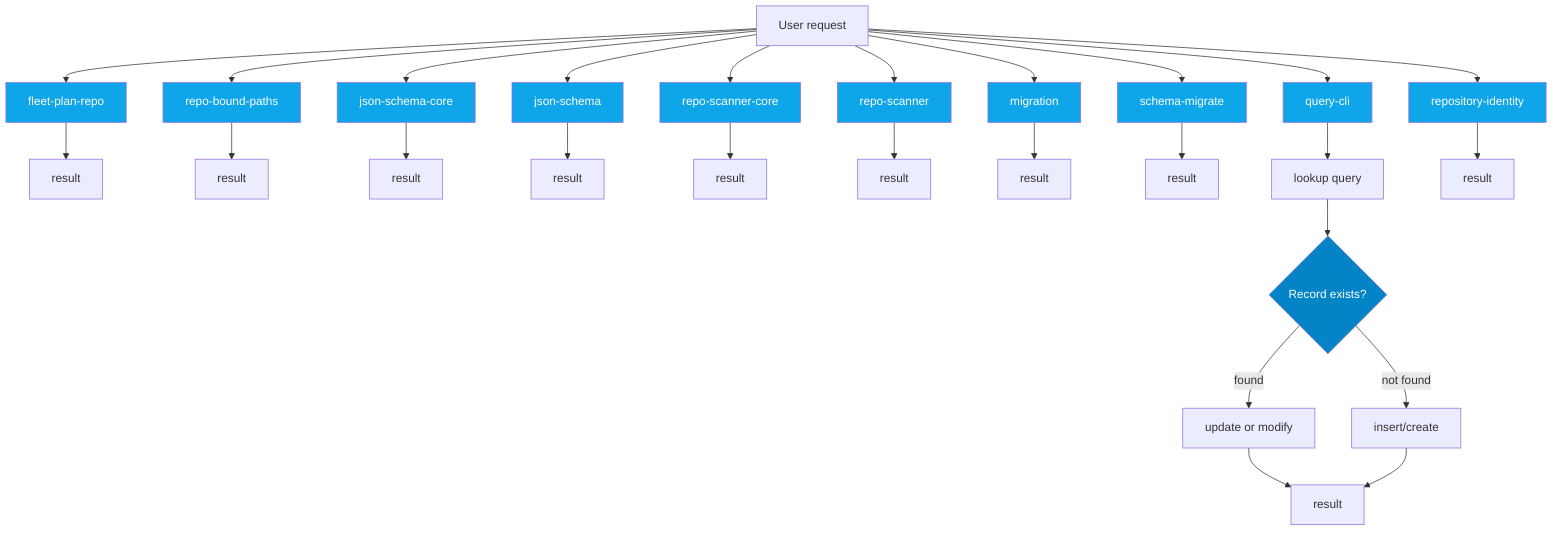
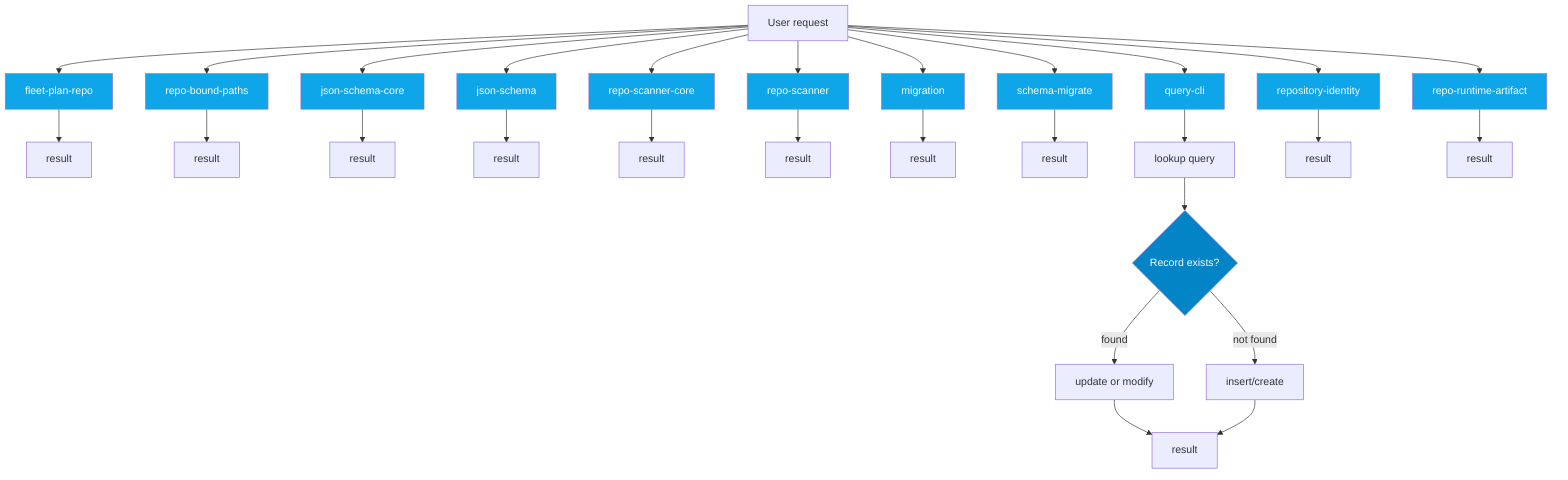
flowchart TD
  UserRequest["User request"]
  Decision{Record exists?}
  fleet_plan_repo_ecdc6499["fleet-plan-repo"]
  UserRequest --> fleet_plan_repo_ecdc6499
  fleet_plan_repo_ecdc6499 --> fleet_plan_repo_ecdc6499_result["result"]
  repo_bound_paths_e218b5b3["repo-bound-paths"]
  UserRequest --> repo_bound_paths_e218b5b3
  repo_bound_paths_e218b5b3 --> repo_bound_paths_e218b5b3_result["result"]
  json_schema_core_96d7e328["json-schema-core"]
  UserRequest --> json_schema_core_96d7e328
  json_schema_core_96d7e328 --> json_schema_core_96d7e328_result["result"]
  json_schema_74a768d7["json-schema"]
  UserRequest --> json_schema_74a768d7
  json_schema_74a768d7 --> json_schema_74a768d7_result["result"]
  repo_scanner_core_8e9f7646["repo-scanner-core"]
  UserRequest --> repo_scanner_core_8e9f7646
  repo_scanner_core_8e9f7646 --> repo_scanner_core_8e9f7646_result["result"]
  repo_scanner_a8b2579e["repo-scanner"]
  UserRequest --> repo_scanner_a8b2579e
  repo_scanner_a8b2579e --> repo_scanner_a8b2579e_result["result"]
  migration_8a6cead4["migration"]
  UserRequest --> migration_8a6cead4
  migration_8a6cead4 --> migration_8a6cead4_result["result"]
  schema_migrate_c0646635["schema-migrate"]
  UserRequest --> schema_migrate_c0646635
  schema_migrate_c0646635 --> schema_migrate_c0646635_result["result"]
  query_cli_b95be64d["query-cli"]
  UserRequest --> query_cli_b95be64d
  query_cli_b95be64d --> query_cli_b95be64d_lookup["lookup query"]
  query_cli_b95be64d_lookup --> Decision
  Decision -->|found| query_cli_b95be64d_update["update or modify"]
  Decision -->|not found| query_cli_b95be64d_create["insert/create"]
  query_cli_b95be64d_update --> query_cli_b95be64d_result["result"]
  query_cli_b95be64d_create --> query_cli_b95be64d_result["result"]
  repository_identity_9dc13d37["repository-identity"]
  UserRequest --> repository_identity_9dc13d37
  repository_identity_9dc13d37 --> repository_identity_9dc13d37_result["result"]
+   repo_runtime_artifact_139c0fbd["repo-runtime-artifact"]
+   UserRequest --> repo_runtime_artifact_139c0fbd
+   repo_runtime_artifact_139c0fbd --> repo_runtime_artifact_139c0fbd_result["result"]
  classDef dbNode fill:#0ea5e9,color:#fff
-   class fleet_plan_repo_ecdc6499,repo_bound_paths_e218b5b3,json_schema_core_96d7e328,json_schema_74a768d7,repo_scanner_core_8e9f7646,repo_scanner_a8b2579e,migration_8a6cead4,schema_migrate_c0646635,query_cli_b95be64d,repository_identity_9dc13d37 dbNode
+   class fleet_plan_repo_ecdc6499,repo_bound_paths_e218b5b3,json_schema_core_96d7e328,json_schema_74a768d7,repo_scanner_core_8e9f7646,repo_scanner_a8b2579e,migration_8a6cead4,schema_migrate_c0646635,query_cli_b95be64d,repository_identity_9dc13d37,repo_runtime_artifact_139c0fbd dbNode
  classDef decisionNode fill:#0284c7,color:#fff
  class Decision decisionNode
